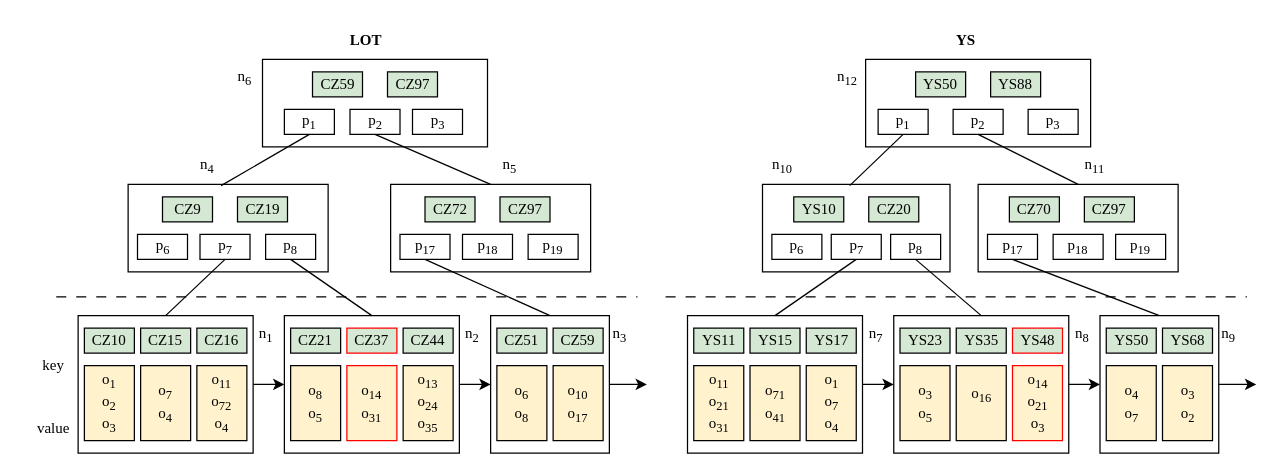
This is page "3.6" (8 of 21) of 未命名绘图.drawio from jue73/7339, a draw.io file, before an edit. Source tidied: cells renumbered, new cells numbered last; positions are measured from the earlier drawing's top-left corner, leaving out a move shared by most shapes. Both pictures are drawn from the tidied source at 125%, with x=0, y=0 at pixel (21, 21).
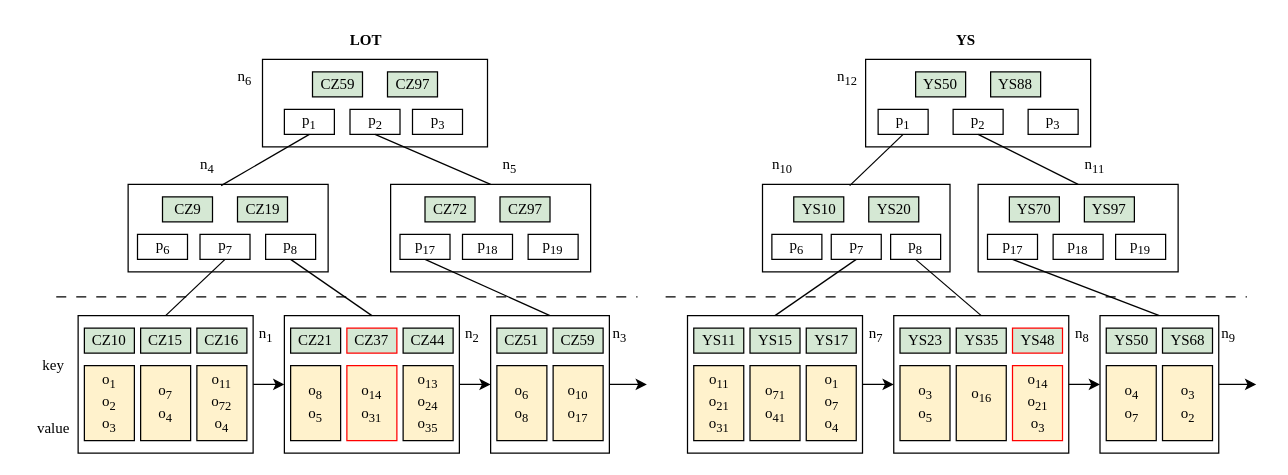
The same page after the edit.

Commit message:
更新未命名绘图.drawio

What changed in the source:
```diff
@@
-    <mxCell id="67" value="&lt;font face=&quot;Times New Roman&quot;&gt;CZ20&lt;/font&gt;" style="rounded=0;whiteSpace=wrap;html=1;fillColor=#d5e8d4;strokeColor=#000000;" parent="1" vertex="1">
+    <mxCell id="67" value="&lt;font face=&quot;Times New Roman&quot;&gt;YS20&lt;/font&gt;" style="rounded=0;whiteSpace=wrap;html=1;fillColor=#d5e8d4;strokeColor=#000000;" parent="1" vertex="1">
       <mxGeometry x="677.5" y="140" width="40" height="20" as="geometry" />
     </mxCell>
@@
-    <mxCell id="74" value="&lt;font face=&quot;Times New Roman&quot;&gt;CZ70&lt;/font&gt;" style="rounded=0;whiteSpace=wrap;html=1;fillColor=#d5e8d4;strokeColor=#000000;" parent="1" vertex="1">
+    <mxCell id="74" value="&lt;font face=&quot;Times New Roman&quot;&gt;YS70&lt;/font&gt;" style="rounded=0;whiteSpace=wrap;html=1;fillColor=#d5e8d4;strokeColor=#000000;" parent="1" vertex="1">
       <mxGeometry x="790" y="140" width="40" height="20" as="geometry" />
     </mxCell>
-    <mxCell id="75" value="&lt;font face=&quot;Times New Roman&quot;&gt;CZ97&lt;/font&gt;" style="rounded=0;whiteSpace=wrap;html=1;fillColor=#d5e8d4;strokeColor=#000000;" parent="1" vertex="1">
+    <mxCell id="75" value="&lt;font face=&quot;Times New Roman&quot;&gt;YS97&lt;/font&gt;" style="rounded=0;whiteSpace=wrap;html=1;fillColor=#d5e8d4;strokeColor=#000000;" parent="1" vertex="1">
       <mxGeometry x="850" y="140" width="40" height="20" as="geometry" />
     </mxCell>
```
